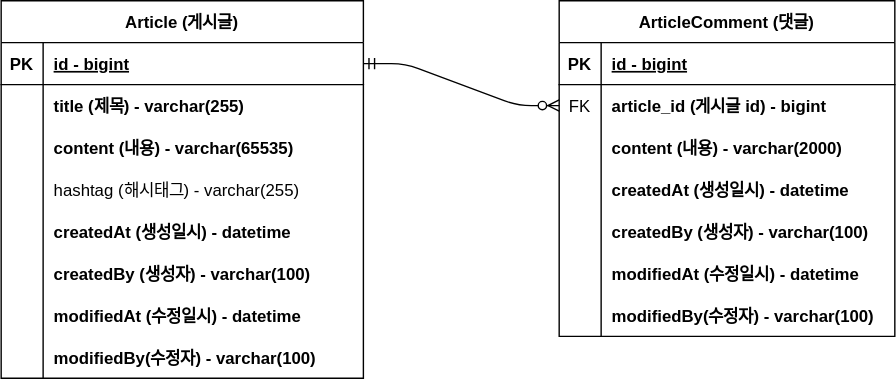
Earlier version of the draw.io export 2.board-service/document/project-board-erd.svg (futuremaker019/several-project-practice). Source tidied: cells renumbered, new cells last; positions are measured from the earlier drawing's top-left corner, leaving out a move shared by most shapes.
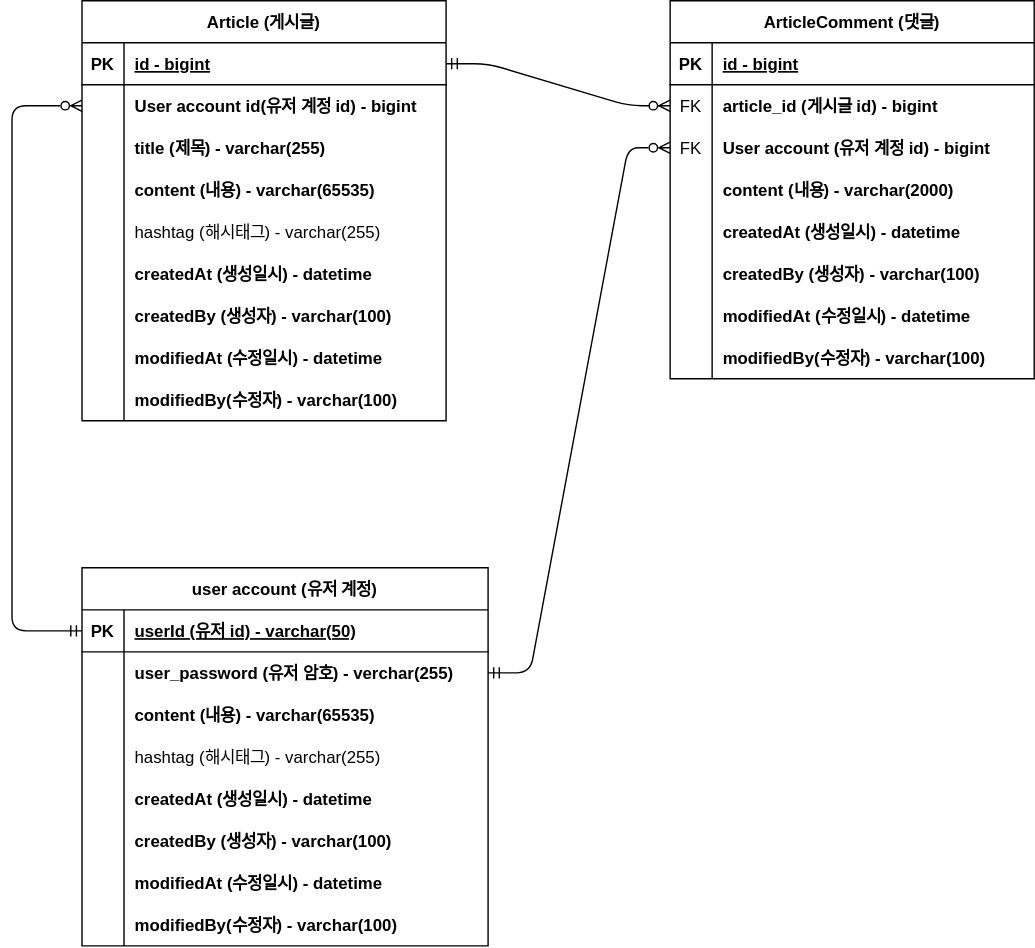
Above is the later version.

Commit message:
project-board-erd.svg 업데이트: UserAccount 추가

The edit, as a diff of the source:
```diff
@@ -2,149 +2,254 @@
   <root>
     <mxCell id="0" />
     <mxCell id="1" parent="0" />
-    <mxCell id="2" style="edgeStyle=entityRelationEdgeStyle;endArrow=ERzeroToMany;startArrow=ERmandOne;endFill=1;startFill=0;" parent="1" edge="1" source="26" target="7">
+    <mxCell id="2" style="edgeStyle=entityRelationEdgeStyle;endArrow=ERzeroToMany;startArrow=ERmandOne;endFill=1;startFill=0;exitX=1;exitY=0.5;exitDx=0;exitDy=0;" parent="1" edge="1" source="26" target="7">
       <mxGeometry relative="1" as="geometry" />
     </mxCell>
     <mxCell id="3" value="ArticleComment (댓글)" style="shape=table;startSize=30;rowLines=0;fontStyle=1;align=center;" parent="1" vertex="1">
-      <mxGeometry x="399" width="240" height="240" as="geometry" />
+      <mxGeometry x="469" y="-45" width="260" height="270" as="geometry" />
     </mxCell>
     <mxCell id="4" style="shape=partialRectangle;fillColor=none;top=0;left=0;right=0;bottom=1;" parent="3" vertex="1">
-      <mxGeometry y="30" width="240" height="30" as="geometry" />
+      <mxGeometry y="30" width="260" height="30" as="geometry" />
     </mxCell>
     <mxCell id="5" value="PK" style="shape=partialRectangle;overflow=hidden;fillColor=none;top=0;left=0;bottom=0;right=0;fontStyle=1;" parent="4" vertex="1">
       <mxGeometry width="30" height="30" as="geometry" />
     </mxCell>
     <mxCell id="6" value="id - bigint" style="shape=partialRectangle;overflow=hidden;fillColor=none;top=0;left=0;bottom=0;right=0;align=left;spacingLeft=6;fontStyle=5;" parent="4" vertex="1">
-      <mxGeometry x="30" width="210" height="30" as="geometry" />
+      <mxGeometry x="30" width="230" height="30" as="geometry" />
     </mxCell>
     <mxCell id="7" style="shape=partialRectangle;fillColor=none;points=[[0,0.5],[1,0.5]];portConstraint=eastwest;top=0;left=0;right=0;bottom=0;" parent="3" vertex="1">
-      <mxGeometry y="60" width="240" height="30" as="geometry" />
+      <mxGeometry y="60" width="260" height="30" as="geometry" />
     </mxCell>
     <mxCell id="8" value="FK" style="shape=partialRectangle;overflow=hidden;fillColor=none;top=0;left=0;bottom=0;right=0;" parent="7" vertex="1">
       <mxGeometry width="30" height="30" as="geometry" />
     </mxCell>
     <mxCell id="9" value="article_id (게시글 id) - bigint" style="shape=partialRectangle;overflow=hidden;fillColor=none;top=0;left=0;bottom=0;right=0;align=left;spacingLeft=6;fontStyle=1;" parent="7" vertex="1">
-      <mxGeometry x="30" width="210" height="30" as="geometry" />
+      <mxGeometry x="30" width="230" height="30" as="geometry" />
     </mxCell>
+    <mxCell id="50" style="shape=partialRectangle;fillColor=none;points=[[0,0.5],[1,0.5]];portConstraint=eastwest;top=0;left=0;right=0;bottom=0;" parent="3" vertex="1">
+      <mxGeometry y="90" width="260" height="30" as="geometry" />
+    </mxCell>
+    <mxCell id="51" value="FK" style="shape=partialRectangle;overflow=hidden;fillColor=none;top=0;left=0;bottom=0;right=0;" parent="50" vertex="1">
+      <mxGeometry width="30" height="30" as="geometry" />
+    </mxCell>
+    <mxCell id="52" value="User account (유저 계정 id) - bigint" style="shape=partialRectangle;overflow=hidden;fillColor=none;top=0;left=0;bottom=0;right=0;align=left;spacingLeft=6;fontStyle=1;" parent="50" vertex="1">
+      <mxGeometry x="30" width="230" height="30" as="geometry" />
+    </mxCell>
     <mxCell id="10" style="shape=partialRectangle;fillColor=none;top=0;left=0;right=0;bottom=0;" parent="3" vertex="1">
-      <mxGeometry y="90" width="240" height="30" as="geometry" />
+      <mxGeometry y="120" width="260" height="30" as="geometry" />
     </mxCell>
     <mxCell id="11" style="shape=partialRectangle;overflow=hidden;fillColor=none;top=0;left=0;bottom=0;right=0;" parent="10" vertex="1">
       <mxGeometry width="30" height="30" as="geometry" />
     </mxCell>
     <mxCell id="12" value="content (내용) - varchar(2000)" style="shape=partialRectangle;overflow=hidden;fillColor=none;top=0;left=0;bottom=0;right=0;align=left;spacingLeft=6;fontStyle=1;" parent="10" vertex="1">
-      <mxGeometry x="30" width="210" height="30" as="geometry" />
+      <mxGeometry x="30" width="230" height="30" as="geometry" />
     </mxCell>
     <mxCell id="13" style="shape=partialRectangle;fillColor=none;top=0;left=0;right=0;bottom=0;" parent="3" vertex="1">
-      <mxGeometry y="120" width="240" height="30" as="geometry" />
+      <mxGeometry y="150" width="260" height="30" as="geometry" />
     </mxCell>
     <mxCell id="14" style="shape=partialRectangle;overflow=hidden;fillColor=none;top=0;left=0;bottom=0;right=0;" parent="13" vertex="1">
       <mxGeometry width="30" height="30" as="geometry" />
     </mxCell>
     <mxCell id="15" value="createdAt (생성일시) - datetime" style="shape=partialRectangle;overflow=hidden;fillColor=none;top=0;left=0;bottom=0;right=0;align=left;spacingLeft=6;fontStyle=1;" parent="13" vertex="1">
-      <mxGeometry x="30" width="210" height="30" as="geometry" />
+      <mxGeometry x="30" width="230" height="30" as="geometry" />
     </mxCell>
     <mxCell id="16" style="shape=partialRectangle;fillColor=none;top=0;left=0;right=0;bottom=0;" parent="3" vertex="1">
-      <mxGeometry y="150" width="240" height="30" as="geometry" />
+      <mxGeometry y="180" width="260" height="30" as="geometry" />
     </mxCell>
     <mxCell id="17" style="shape=partialRectangle;overflow=hidden;fillColor=none;top=0;left=0;bottom=0;right=0;" parent="16" vertex="1">
       <mxGeometry width="30" height="30" as="geometry" />
     </mxCell>
     <mxCell id="18" value="createdBy (생성자) - varchar(100)" style="shape=partialRectangle;overflow=hidden;fillColor=none;top=0;left=0;bottom=0;right=0;align=left;spacingLeft=6;fontStyle=1;" parent="16" vertex="1">
-      <mxGeometry x="30" width="210" height="30" as="geometry" />
+      <mxGeometry x="30" width="230" height="30" as="geometry" />
     </mxCell>
     <mxCell id="19" style="shape=partialRectangle;fillColor=none;top=0;left=0;right=0;bottom=0;" parent="3" vertex="1">
-      <mxGeometry y="180" width="240" height="30" as="geometry" />
+      <mxGeometry y="210" width="260" height="30" as="geometry" />
     </mxCell>
     <mxCell id="20" style="shape=partialRectangle;overflow=hidden;fillColor=none;top=0;left=0;bottom=0;right=0;" parent="19" vertex="1">
       <mxGeometry width="30" height="30" as="geometry" />
     </mxCell>
     <mxCell id="21" value="modifiedAt (수정일시) - datetime" style="shape=partialRectangle;overflow=hidden;fillColor=none;top=0;left=0;bottom=0;right=0;align=left;spacingLeft=6;fontStyle=1;" parent="19" vertex="1">
-      <mxGeometry x="30" width="210" height="30" as="geometry" />
+      <mxGeometry x="30" width="230" height="30" as="geometry" />
     </mxCell>
     <mxCell id="22" style="shape=partialRectangle;fillColor=none;top=0;left=0;right=0;bottom=0;" parent="3" vertex="1">
-      <mxGeometry y="210" width="240" height="30" as="geometry" />
+      <mxGeometry y="240" width="260" height="30" as="geometry" />
     </mxCell>
     <mxCell id="23" style="shape=partialRectangle;overflow=hidden;fillColor=none;top=0;left=0;bottom=0;right=0;" parent="22" vertex="1">
       <mxGeometry width="30" height="30" as="geometry" />
     </mxCell>
     <mxCell id="24" value="modifiedBy(수정자) - varchar(100)" style="shape=partialRectangle;overflow=hidden;fillColor=none;top=0;left=0;bottom=0;right=0;align=left;spacingLeft=6;fontStyle=1;" parent="22" vertex="1">
-      <mxGeometry x="30" width="210" height="30" as="geometry" />
+      <mxGeometry x="30" width="230" height="30" as="geometry" />
     </mxCell>
     <mxCell id="25" value="Article (게시글)" style="shape=table;startSize=30;rowLines=0;fontStyle=1;align=center;" parent="1" vertex="1">
-      <mxGeometry width="259" height="270" as="geometry" />
+      <mxGeometry x="49" y="-45" width="260" height="300" as="geometry" />
     </mxCell>
     <mxCell id="26" style="shape=partialRectangle;fillColor=none;points=[[0,0.5],[1,0.5]];portConstraint=eastwest;top=0;left=0;right=0;bottom=1;" parent="25" vertex="1">
-      <mxGeometry y="30" width="259" height="30" as="geometry" />
+      <mxGeometry y="30" width="260" height="30" as="geometry" />
     </mxCell>
     <mxCell id="27" value="PK" style="shape=partialRectangle;overflow=hidden;fillColor=none;top=0;left=0;bottom=0;right=0;fontStyle=1;" parent="26" vertex="1">
       <mxGeometry width="30" height="30" as="geometry" />
     </mxCell>
     <mxCell id="28" value="id - bigint" style="shape=partialRectangle;overflow=hidden;fillColor=none;top=0;left=0;bottom=0;right=0;align=left;spacingLeft=6;fontStyle=5;" parent="26" vertex="1">
-      <mxGeometry x="30" width="229" height="30" as="geometry" />
+      <mxGeometry x="30" width="230" height="30" as="geometry" />
     </mxCell>
     <mxCell id="29" style="shape=partialRectangle;fillColor=none;points=[[0,0.5],[1,0.5]];portConstraint=eastwest;top=0;left=0;right=0;bottom=0;" parent="25" vertex="1">
-      <mxGeometry y="60" width="259" height="30" as="geometry" />
+      <mxGeometry y="60" width="260" height="30" as="geometry" />
     </mxCell>
     <mxCell id="30" style="shape=partialRectangle;overflow=hidden;fillColor=none;top=0;left=0;bottom=0;right=0;" parent="29" vertex="1">
       <mxGeometry width="30" height="30" as="geometry" />
     </mxCell>
-    <mxCell id="31" value="title (제목) - varchar(255)" style="shape=partialRectangle;overflow=hidden;fillColor=none;top=0;left=0;bottom=0;right=0;align=left;spacingLeft=6;fontStyle=1;" parent="29" vertex="1">
-      <mxGeometry x="30" width="229" height="30" as="geometry" />
+    <mxCell id="31" value="User account id(유저 계정 id) - bigint" style="shape=partialRectangle;overflow=hidden;fillColor=none;top=0;left=0;bottom=0;right=0;align=left;spacingLeft=6;fontStyle=1;" parent="29" vertex="1">
+      <mxGeometry x="30" width="230" height="30" as="geometry" />
     </mxCell>
+    <mxCell id="53" style="shape=partialRectangle;fillColor=none;top=0;left=0;right=0;bottom=0;" parent="25" vertex="1">
+      <mxGeometry y="90" width="260" height="30" as="geometry" />
+    </mxCell>
+    <mxCell id="54" style="shape=partialRectangle;overflow=hidden;fillColor=none;top=0;left=0;bottom=0;right=0;" parent="53" vertex="1">
+      <mxGeometry width="30" height="30" as="geometry" />
+    </mxCell>
+    <mxCell id="55" value="title (제목) - varchar(255)" style="shape=partialRectangle;overflow=hidden;fillColor=none;top=0;left=0;bottom=0;right=0;align=left;spacingLeft=6;fontStyle=1;" parent="53" vertex="1">
+      <mxGeometry x="30" width="230" height="30" as="geometry" />
+    </mxCell>
     <mxCell id="32" style="shape=partialRectangle;fillColor=none;top=0;left=0;right=0;bottom=0;" parent="25" vertex="1">
-      <mxGeometry y="90" width="259" height="30" as="geometry" />
+      <mxGeometry y="120" width="260" height="30" as="geometry" />
     </mxCell>
     <mxCell id="33" style="shape=partialRectangle;overflow=hidden;fillColor=none;top=0;left=0;bottom=0;right=0;" parent="32" vertex="1">
       <mxGeometry width="30" height="30" as="geometry" />
     </mxCell>
     <mxCell id="34" value="content (내용) - varchar(65535)" style="shape=partialRectangle;overflow=hidden;fillColor=none;top=0;left=0;bottom=0;right=0;align=left;spacingLeft=6;fontStyle=1;" parent="32" vertex="1">
-      <mxGeometry x="30" width="229" height="30" as="geometry" />
+      <mxGeometry x="30" width="230" height="30" as="geometry" />
     </mxCell>
     <mxCell id="35" style="shape=partialRectangle;fillColor=none;top=0;left=0;right=0;bottom=0;" parent="25" vertex="1">
-      <mxGeometry y="120" width="259" height="30" as="geometry" />
+      <mxGeometry y="150" width="260" height="30" as="geometry" />
     </mxCell>
     <mxCell id="36" style="shape=partialRectangle;overflow=hidden;fillColor=none;top=0;left=0;bottom=0;right=0;" parent="35" vertex="1">
       <mxGeometry width="30" height="30" as="geometry" />
     </mxCell>
     <mxCell id="37" value="hashtag (해시태그) - varchar(255)" style="shape=partialRectangle;overflow=hidden;fillColor=none;top=0;left=0;bottom=0;right=0;align=left;spacingLeft=6;" parent="35" vertex="1">
-      <mxGeometry x="30" width="229" height="30" as="geometry" />
+      <mxGeometry x="30" width="230" height="30" as="geometry" />
     </mxCell>
     <mxCell id="38" style="shape=partialRectangle;fillColor=none;top=0;left=0;right=0;bottom=0;" parent="25" vertex="1">
-      <mxGeometry y="150" width="259" height="30" as="geometry" />
+      <mxGeometry y="180" width="260" height="30" as="geometry" />
     </mxCell>
     <mxCell id="39" style="shape=partialRectangle;overflow=hidden;fillColor=none;top=0;left=0;bottom=0;right=0;" parent="38" vertex="1">
       <mxGeometry width="30" height="30" as="geometry" />
     </mxCell>
     <mxCell id="40" value="createdAt (생성일시) - datetime" style="shape=partialRectangle;overflow=hidden;fillColor=none;top=0;left=0;bottom=0;right=0;align=left;spacingLeft=6;fontStyle=1;" parent="38" vertex="1">
-      <mxGeometry x="30" width="229" height="30" as="geometry" />
+      <mxGeometry x="30" width="230" height="30" as="geometry" />
     </mxCell>
     <mxCell id="41" style="shape=partialRectangle;fillColor=none;top=0;left=0;right=0;bottom=0;" parent="25" vertex="1">
-      <mxGeometry y="180" width="259" height="30" as="geometry" />
+      <mxGeometry y="210" width="260" height="30" as="geometry" />
     </mxCell>
     <mxCell id="42" style="shape=partialRectangle;overflow=hidden;fillColor=none;top=0;left=0;bottom=0;right=0;" parent="41" vertex="1">
       <mxGeometry width="30" height="30" as="geometry" />
     </mxCell>
     <mxCell id="43" value="createdBy (생성자) - varchar(100)" style="shape=partialRectangle;overflow=hidden;fillColor=none;top=0;left=0;bottom=0;right=0;align=left;spacingLeft=6;fontStyle=1;" parent="41" vertex="1">
-      <mxGeometry x="30" width="229" height="30" as="geometry" />
+      <mxGeometry x="30" width="230" height="30" as="geometry" />
     </mxCell>
     <mxCell id="44" style="shape=partialRectangle;fillColor=none;top=0;left=0;right=0;bottom=0;" parent="25" vertex="1">
-      <mxGeometry y="210" width="259" height="30" as="geometry" />
+      <mxGeometry y="240" width="260" height="30" as="geometry" />
     </mxCell>
     <mxCell id="45" style="shape=partialRectangle;overflow=hidden;fillColor=none;top=0;left=0;bottom=0;right=0;" parent="44" vertex="1">
       <mxGeometry width="30" height="30" as="geometry" />
     </mxCell>
     <mxCell id="46" value="modifiedAt (수정일시) - datetime" style="shape=partialRectangle;overflow=hidden;fillColor=none;top=0;left=0;bottom=0;right=0;align=left;spacingLeft=6;fontStyle=1;" parent="44" vertex="1">
-      <mxGeometry x="30" width="229" height="30" as="geometry" />
+      <mxGeometry x="30" width="230" height="30" as="geometry" />
     </mxCell>
     <mxCell id="47" style="shape=partialRectangle;fillColor=none;top=0;left=0;right=0;bottom=0;" parent="25" vertex="1">
-      <mxGeometry y="240" width="259" height="30" as="geometry" />
+      <mxGeometry y="270" width="260" height="30" as="geometry" />
     </mxCell>
     <mxCell id="48" style="shape=partialRectangle;overflow=hidden;fillColor=none;top=0;left=0;bottom=0;right=0;" parent="47" vertex="1">
       <mxGeometry width="30" height="30" as="geometry" />
     </mxCell>
     <mxCell id="49" value="modifiedBy(수정자) - varchar(100)" style="shape=partialRectangle;overflow=hidden;fillColor=none;top=0;left=0;bottom=0;right=0;align=left;spacingLeft=6;fontStyle=1;" parent="47" vertex="1">
-      <mxGeometry x="30" width="229" height="30" as="geometry" />
+      <mxGeometry x="30" width="230" height="30" as="geometry" />
     </mxCell>
+    <mxCell id="56" value="user account (유저 계정)" style="shape=table;startSize=30;rowLines=0;fontStyle=1;align=center;" parent="1" vertex="1">
+      <mxGeometry x="49" y="360" width="290" height="270" as="geometry" />
+    </mxCell>
+    <mxCell id="57" style="shape=partialRectangle;fillColor=none;points=[[0,0.5],[1,0.5]];portConstraint=eastwest;top=0;left=0;right=0;bottom=1;" parent="56" vertex="1">
+      <mxGeometry y="30" width="290" height="30" as="geometry" />
+    </mxCell>
+    <mxCell id="58" value="PK" style="shape=partialRectangle;overflow=hidden;fillColor=none;top=0;left=0;bottom=0;right=0;fontStyle=1;" parent="57" vertex="1">
+      <mxGeometry width="30" height="30" as="geometry" />
+    </mxCell>
+    <mxCell id="59" value="userId (유저 id) - varchar(50)" style="shape=partialRectangle;overflow=hidden;fillColor=none;top=0;left=0;bottom=0;right=0;align=left;spacingLeft=6;fontStyle=5;" parent="57" vertex="1">
+      <mxGeometry x="30" width="260" height="30" as="geometry" />
+    </mxCell>
+    <mxCell id="60" style="shape=partialRectangle;fillColor=none;points=[[0,0.5],[1,0.5]];portConstraint=eastwest;top=0;left=0;right=0;bottom=0;" parent="56" vertex="1">
+      <mxGeometry y="60" width="290" height="30" as="geometry" />
+    </mxCell>
+    <mxCell id="61" style="shape=partialRectangle;overflow=hidden;fillColor=none;top=0;left=0;bottom=0;right=0;" parent="60" vertex="1">
+      <mxGeometry width="30" height="30" as="geometry" />
+    </mxCell>
+    <mxCell id="62" value="user_password (유저 암호) - verchar(255)" style="shape=partialRectangle;overflow=hidden;fillColor=none;top=0;left=0;bottom=0;right=0;align=left;spacingLeft=6;fontStyle=1;" parent="60" vertex="1">
+      <mxGeometry x="30" width="260" height="30" as="geometry" />
+    </mxCell>
+    <mxCell id="63" style="shape=partialRectangle;fillColor=none;top=0;left=0;right=0;bottom=0;" parent="56" vertex="1">
+      <mxGeometry y="90" width="290" height="30" as="geometry" />
+    </mxCell>
+    <mxCell id="64" style="shape=partialRectangle;overflow=hidden;fillColor=none;top=0;left=0;bottom=0;right=0;" parent="63" vertex="1">
+      <mxGeometry width="30" height="30" as="geometry" />
+    </mxCell>
+    <mxCell id="65" value="content (내용) - varchar(65535)" style="shape=partialRectangle;overflow=hidden;fillColor=none;top=0;left=0;bottom=0;right=0;align=left;spacingLeft=6;fontStyle=1;" parent="63" vertex="1">
+      <mxGeometry x="30" width="260" height="30" as="geometry" />
+    </mxCell>
+    <mxCell id="66" style="shape=partialRectangle;fillColor=none;top=0;left=0;right=0;bottom=0;" parent="56" vertex="1">
+      <mxGeometry y="120" width="290" height="30" as="geometry" />
+    </mxCell>
+    <mxCell id="67" style="shape=partialRectangle;overflow=hidden;fillColor=none;top=0;left=0;bottom=0;right=0;" parent="66" vertex="1">
+      <mxGeometry width="30" height="30" as="geometry" />
+    </mxCell>
+    <mxCell id="68" value="hashtag (해시태그) - varchar(255)" style="shape=partialRectangle;overflow=hidden;fillColor=none;top=0;left=0;bottom=0;right=0;align=left;spacingLeft=6;" parent="66" vertex="1">
+      <mxGeometry x="30" width="260" height="30" as="geometry" />
+    </mxCell>
+    <mxCell id="69" style="shape=partialRectangle;fillColor=none;top=0;left=0;right=0;bottom=0;" parent="56" vertex="1">
+      <mxGeometry y="150" width="290" height="30" as="geometry" />
+    </mxCell>
+    <mxCell id="70" style="shape=partialRectangle;overflow=hidden;fillColor=none;top=0;left=0;bottom=0;right=0;" parent="69" vertex="1">
+      <mxGeometry width="30" height="30" as="geometry" />
+    </mxCell>
+    <mxCell id="71" value="createdAt (생성일시) - datetime" style="shape=partialRectangle;overflow=hidden;fillColor=none;top=0;left=0;bottom=0;right=0;align=left;spacingLeft=6;fontStyle=1;" parent="69" vertex="1">
+      <mxGeometry x="30" width="260" height="30" as="geometry" />
+    </mxCell>
+    <mxCell id="72" style="shape=partialRectangle;fillColor=none;top=0;left=0;right=0;bottom=0;" parent="56" vertex="1">
+      <mxGeometry y="180" width="290" height="30" as="geometry" />
+    </mxCell>
+    <mxCell id="73" style="shape=partialRectangle;overflow=hidden;fillColor=none;top=0;left=0;bottom=0;right=0;" parent="72" vertex="1">
+      <mxGeometry width="30" height="30" as="geometry" />
+    </mxCell>
+    <mxCell id="74" value="createdBy (생성자) - varchar(100)" style="shape=partialRectangle;overflow=hidden;fillColor=none;top=0;left=0;bottom=0;right=0;align=left;spacingLeft=6;fontStyle=1;" parent="72" vertex="1">
+      <mxGeometry x="30" width="260" height="30" as="geometry" />
+    </mxCell>
+    <mxCell id="75" style="shape=partialRectangle;fillColor=none;top=0;left=0;right=0;bottom=0;" parent="56" vertex="1">
+      <mxGeometry y="210" width="290" height="30" as="geometry" />
+    </mxCell>
+    <mxCell id="76" style="shape=partialRectangle;overflow=hidden;fillColor=none;top=0;left=0;bottom=0;right=0;" parent="75" vertex="1">
+      <mxGeometry width="30" height="30" as="geometry" />
+    </mxCell>
+    <mxCell id="77" value="modifiedAt (수정일시) - datetime" style="shape=partialRectangle;overflow=hidden;fillColor=none;top=0;left=0;bottom=0;right=0;align=left;spacingLeft=6;fontStyle=1;" parent="75" vertex="1">
+      <mxGeometry x="30" width="260" height="30" as="geometry" />
+    </mxCell>
+    <mxCell id="78" style="shape=partialRectangle;fillColor=none;top=0;left=0;right=0;bottom=0;" parent="56" vertex="1">
+      <mxGeometry y="240" width="290" height="30" as="geometry" />
+    </mxCell>
+    <mxCell id="79" style="shape=partialRectangle;overflow=hidden;fillColor=none;top=0;left=0;bottom=0;right=0;" parent="78" vertex="1">
+      <mxGeometry width="30" height="30" as="geometry" />
+    </mxCell>
+    <mxCell id="80" value="modifiedBy(수정자) - varchar(100)" style="shape=partialRectangle;overflow=hidden;fillColor=none;top=0;left=0;bottom=0;right=0;align=left;spacingLeft=6;fontStyle=1;" parent="78" vertex="1">
+      <mxGeometry x="30" width="260" height="30" as="geometry" />
+    </mxCell>
+    <mxCell id="81" style="edgeStyle=entityRelationEdgeStyle;endArrow=ERzeroToMany;startArrow=ERmandOne;endFill=0;startFill=0;strokeColor=default;rounded=1;exitX=1;exitY=0.5;exitDx=0;exitDy=0;entryX=0;entryY=0.5;entryDx=0;entryDy=0;" parent="1" edge="1" source="60" target="50">
+      <mxGeometry relative="1" as="geometry" />
+    </mxCell>
+    <mxCell id="82" style="fontSize=12;html=1;endArrow=ERmandOne;endFill=0;rounded=1;startArrow=ERzeroToMany;startFill=0;exitX=0;exitY=0.5;exitDx=0;exitDy=0;edgeStyle=elbowEdgeStyle;jumpStyle=none;strokeColor=default;entryX=0;entryY=0.5;entryDx=0;entryDy=0;" parent="1" edge="1" source="29" target="57">
+      <mxGeometry relative="1" as="geometry">
+        <Array as="points">
+          <mxPoint x="-1" y="250" />
+          <mxPoint x="-21" y="300" />
+          <mxPoint x="9" y="310" />
+        </Array>
+      </mxGeometry>
+    </mxCell>
   </root>
 </mxGraphModel>
```
